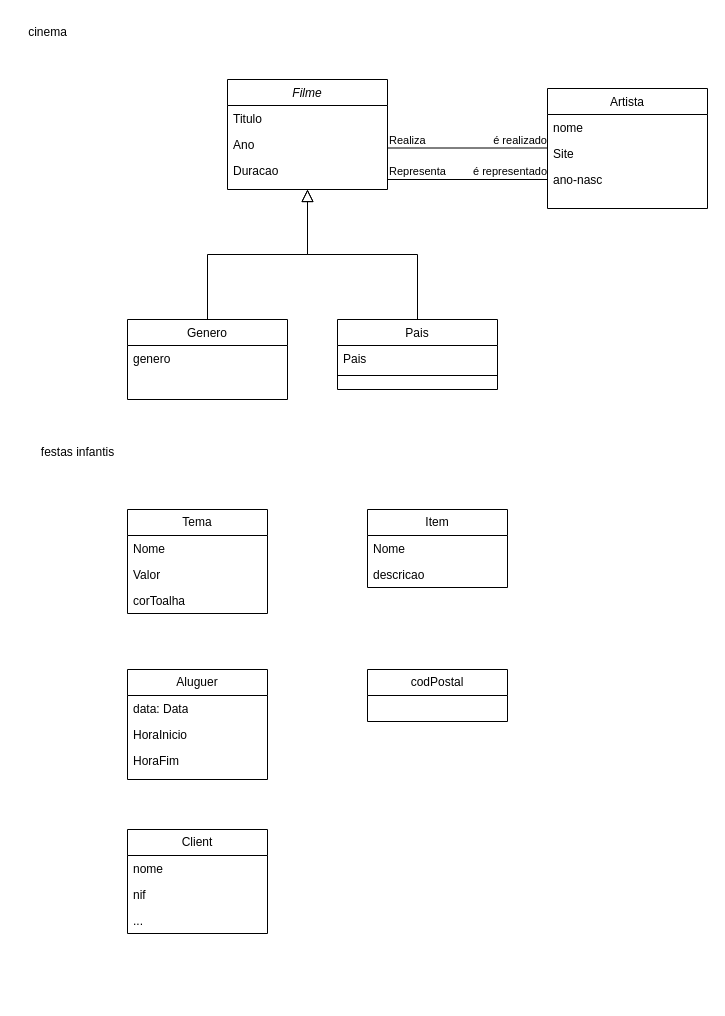
Earlier version of the draw.io diagram Diagrama sem nome.drawio (Slenxe/FP-Markdown). Source tidied: cells renumbered, new cells numbered last; positions are measured from the earlier drawing's top-left corner, leaving out a move shared by most shapes. Both pictures are drawn from the tidied source at 100%, with x=0, y=0 at pixel (17, 17).
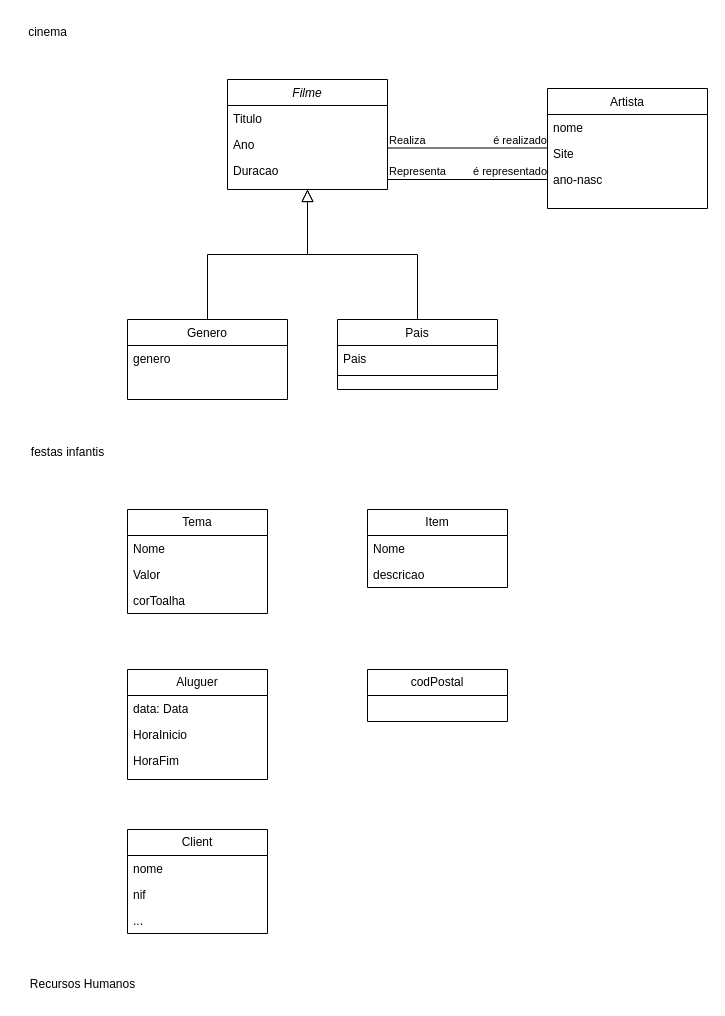
After the change.

Change to the diagram source:
```diff
@@
     <mxCell id="24" value="festas infantis" style="text;html=1;align=center;verticalAlign=middle;strokeColor=none;fillColor=none;" parent="1" vertex="1">
-      <mxGeometry x="10" y="420" width="100" height="30" as="geometry" />
+      <mxGeometry y="420" width="100" height="30" as="geometry" />
     </mxCell>
@@
+    <mxCell id="41" value="Recursos Humanos" style="text;html=1;align=center;verticalAlign=middle;strokeColor=none;fillColor=none;" parent="1" vertex="1">
+      <mxGeometry y="952" width="130" height="30" as="geometry" />
+    </mxCell>
```
